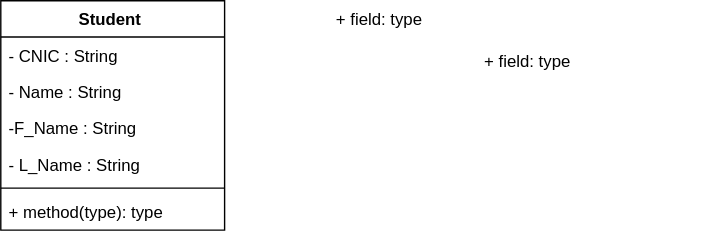
This is Class Diagram.drawio.svg from Zaeem6100/FYP-Documents, a draw.io export, as it was before one commit. Source tidied: cells renumbered, new cells last; positions are measured from the earlier drawing's top-left corner, leaving out a move shared by most shapes.
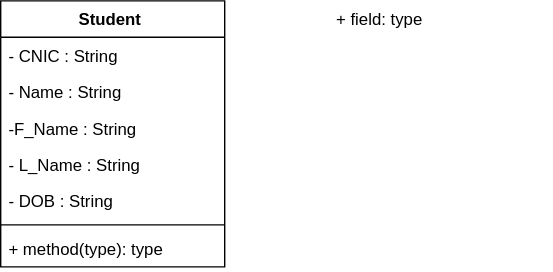
The same diagram one commit later.

What changed in the source:
```diff
@@ -3,7 +3,7 @@
     <mxCell id="0" />
     <mxCell id="1" parent="0" />
     <mxCell id="2" value="Student " style="swimlane;fontStyle=1;align=center;verticalAlign=top;horizontal=1;startSize=26;" parent="1" vertex="1">
-      <mxGeometry width="160" height="164" as="geometry" />
+      <mxGeometry width="160" height="190" as="geometry" />
     </mxCell>
     <mxCell id="3" value="- CNIC : String&#10; " style="text;strokeColor=none;fillColor=none;align=left;verticalAlign=top;spacingLeft=4;spacingRight=4;overflow=hidden;" parent="2" vertex="1">
       <mxGeometry y="26" width="160" height="26" as="geometry" />
@@ -17,15 +17,15 @@
     <mxCell id="6" value="- L_Name : String" style="text;strokeColor=none;fillColor=none;align=left;verticalAlign=top;spacingLeft=4;spacingRight=4;overflow=hidden;" parent="2" vertex="1">
       <mxGeometry y="104" width="160" height="26" as="geometry" />
     </mxCell>
+    <mxCell id="9" value="- DOB : String " style="text;strokeColor=none;fillColor=none;align=left;verticalAlign=top;spacingLeft=4;spacingRight=4;overflow=hidden;" parent="2" vertex="1">
+      <mxGeometry y="130" width="160" height="26" as="geometry" />
+    </mxCell>
     <mxCell id="7" style="line;strokeWidth=1;fillColor=none;align=left;verticalAlign=middle;spacingTop=-1;spacingLeft=3;spacingRight=3;labelPosition=right;" parent="2" vertex="1">
-      <mxGeometry y="130" width="160" height="8" as="geometry" />
+      <mxGeometry y="156" width="160" height="8" as="geometry" />
     </mxCell>
     <mxCell id="8" value="+ method(type): type" style="text;strokeColor=none;fillColor=none;align=left;verticalAlign=top;spacingLeft=4;spacingRight=4;overflow=hidden;" parent="2" vertex="1">
-      <mxGeometry y="138" width="160" height="26" as="geometry" />
+      <mxGeometry y="164" width="160" height="26" as="geometry" />
     </mxCell>
-    <mxCell id="9" value="+ field: type" style="text;strokeColor=none;fillColor=none;align=left;verticalAlign=top;spacingLeft=4;spacingRight=4;overflow=hidden;" parent="1" vertex="1">
-      <mxGeometry x="340" y="30" width="160" height="26" as="geometry" />
-    </mxCell>
     <mxCell id="10" value="+ field: type" style="text;strokeColor=none;fillColor=none;align=left;verticalAlign=top;spacingLeft=4;spacingRight=4;overflow=hidden;" parent="1" vertex="1">
       <mxGeometry x="234" width="160" height="26" as="geometry" />
     </mxCell>
```
